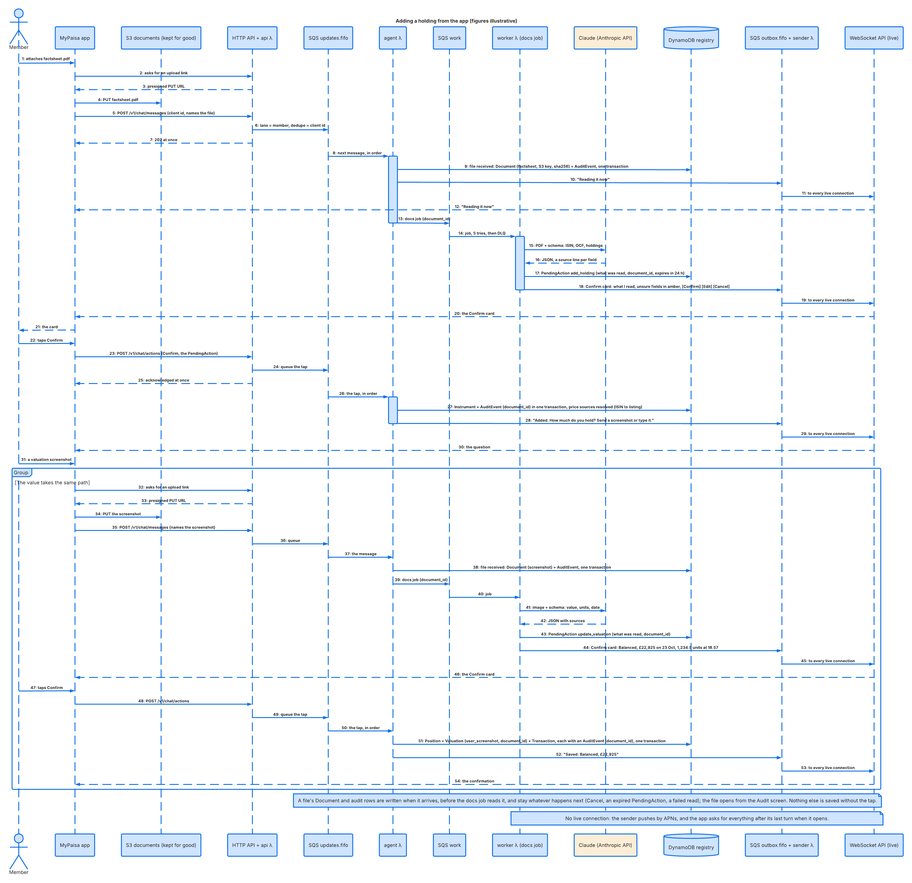
The PlantUML diagram docs/design/lucid/08-add-holding-sequence.png in gilipersonal/mypaisa-agent, before a commit. Its source is kept beside it as docs/design/lucid/08-add-holding-sequence.puml. Its diagram source:
```plantuml
@startuml
title Adding a holding from the app (figures illustrative)
actor Member
participant "MyPaisa app" as app
participant "S3 documents (kept for good)" as s3
participant "HTTP API + api λ" as api
participant "SQS updates.fifo" as qin
participant "agent λ" as agent
participant "SQS work" as work
participant "worker λ (docs job)" as worker
participant "Claude (Anthropic API)" as claude #FCEED6
database "DynamoDB registry" as ddb
participant "SQS outbox.fifo + sender λ" as out
participant "WebSocket API (live)" as ws
autonumber
Member -> app : attaches factsheet.pdf
app -> api : asks for an upload link
api --> app : presigned PUT URL
app -> s3 : PUT factsheet.pdf
app -> api : POST /v1/chat/messages (client id, names the file)
api -> qin : lane = member, dedupe = client id
api --> app : 202 at once
qin -> agent : next message, in order
activate agent
agent -> ddb : file received: Document (factsheet, S3 key, sha256) + AuditEvent, one transaction
agent -> out : "Reading it now"
out -> ws : to every live connection
ws --> app : "Reading it now"
agent -> work : docs job (document_id)
deactivate agent
work -> worker : job, 5 tries, then DLQ
activate worker
worker -> claude : PDF + schema: ISIN, OCF, holdings
claude --> worker : JSON, a source line per field
worker -> ddb : PendingAction add_holding (what was read, document_id, expires in 24 h)
worker -> out : Confirm card: what I read, unsure fields in amber, [Confirm] [Edit] [Cancel]
deactivate worker
out -> ws : to every live connection
ws --> app : the Confirm card
app --> Member : the card
Member -> app : taps Confirm
app -> api : POST /v1/chat/actions (Confirm, the PendingAction)
api -> qin : queue the tap
api --> app : acknowledged at once
qin -> agent : the tap, in order
activate agent
agent -> ddb : Instrument + AuditEvent (document_id) in one transaction, price sources resolved (ISIN to listing)
agent -> out : "Added. How much do you hold? Send a screenshot or type it."
deactivate agent
out -> ws : to every live connection
ws --> app : the question
Member -> app : a valuation screenshot
group The value takes the same path
app -> api : asks for an upload link
api --> app : presigned PUT URL
app -> s3 : PUT the screenshot
app -> api : POST /v1/chat/messages (names the screenshot)
api -> qin : queue
qin -> agent : the message
agent -> ddb : file received: Document (screenshot) + AuditEvent, one transaction
agent -> work : docs job (document_id)
work -> worker : job
worker -> claude : image + schema: value, units, date
claude --> worker : JSON with sources
worker -> ddb : PendingAction update_valuation (what was read, document_id)
worker -> out : Confirm card: Balanced, £22,925 on 23 Oct, 1,234.5 units at 18.57
out -> ws : to every live connection
ws --> app : the Confirm card
Member -> app : taps Confirm
app -> api : POST /v1/chat/actions
api -> qin : queue the tap
qin -> agent : the tap, in order
agent -> ddb : Position + Valuation (user_screenshot, document_id) + Transaction, each with an AuditEvent (document_id), one transaction
agent -> out : "Saved: Balanced, £22,925"
out -> ws : to every live connection
ws --> app : the confirmation
end
note over agent, out : A file's Document and audit rows are written when it arrives, before the docs job reads it, and stay whatever happens next (Cancel, an expired PendingAction, a failed read); the file opens from the Audit screen. Nothing else is saved without the tap.
note over worker, ws : No live connection: the sender pushes by APNs, and the app asks for everything after its last turn when it opens.
@enduml
```
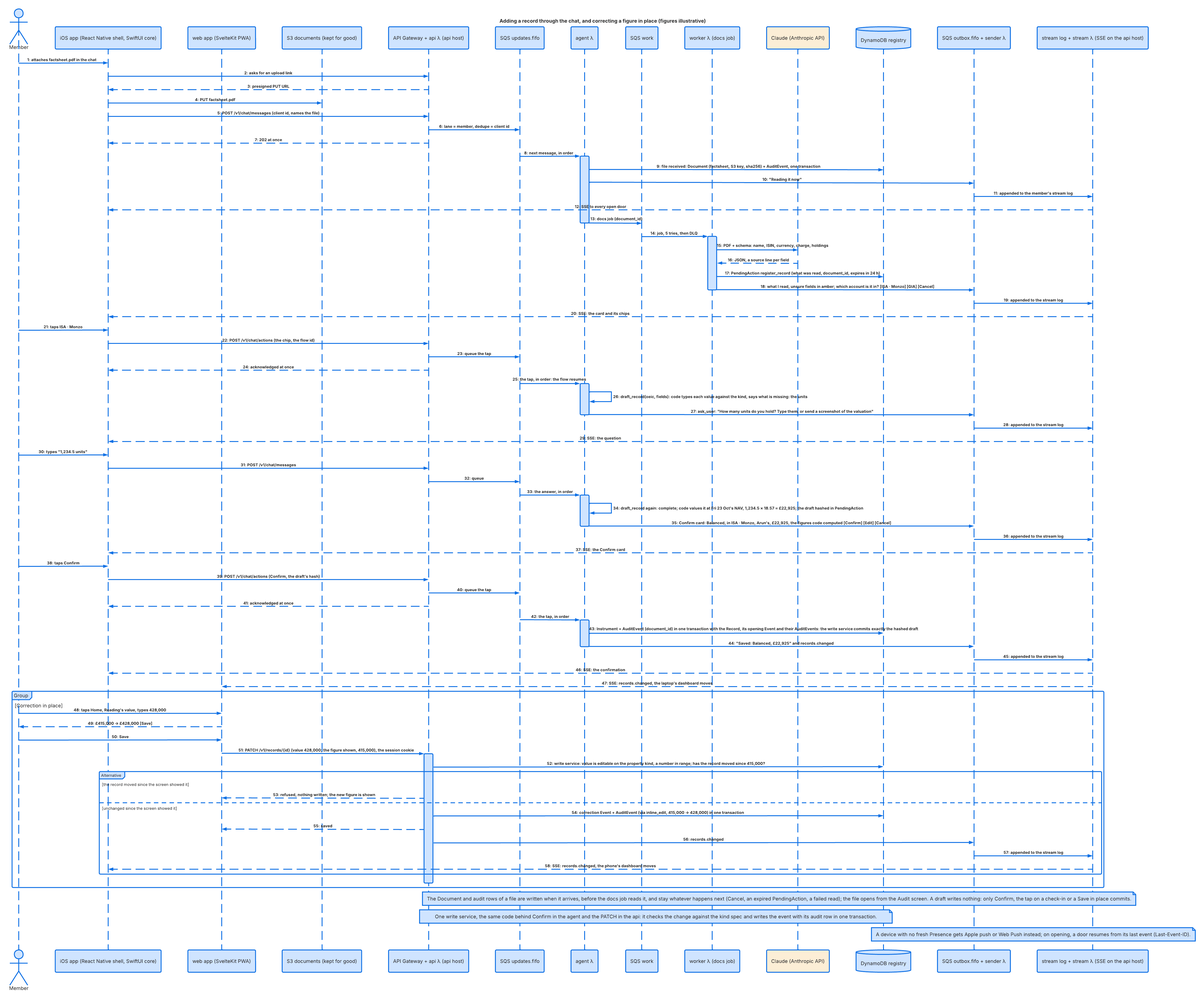
After the change.

Commit message:
MA-225: The Lucid pages show SSE on the api host, the dashboard host with the chat, Presence, kinds, records, events and views, and the new phase numbers

Diff of the diagram source:
```diff
@@ -1,9 +1,10 @@
 @startuml
-title Adding a holding from the app (figures illustrative)
+title Adding a record through the chat, and correcting a figure in place (figures illustrative)
 actor Member
-participant "MyPaisa app" as app
+participant "iOS app (React Native shell, SwiftUI core)" as app
+participant "web app (SvelteKit PWA)" as web
 participant "S3 documents (kept for good)" as s3
-participant "HTTP API + api λ" as api
+participant "API Gateway + api λ (api host)" as api
 participant "SQS updates.fifo" as qin
 participant "agent λ" as agent
 participant "SQS work" as work
@@ -11,9 +12,9 @@
 participant "Claude (Anthropic API)" as claude #FCEED6
 database "DynamoDB registry" as ddb
 participant "SQS outbox.fifo + sender λ" as out
-participant "WebSocket API (live)" as ws
+participant "stream log + stream λ (SSE on the api host)" as stream
 autonumber
-Member -> app : attaches factsheet.pdf
+Member -> app : attaches factsheet.pdf in the chat
 app -> api : asks for an upload link
 api --> app : presigned PUT URL
 app -> s3 : PUT factsheet.pdf
@@ -24,57 +25,71 @@
 activate agent
 agent -> ddb : file received: Document (factsheet, S3 key, sha256) + AuditEvent, one transaction
 agent -> out : "Reading it now"
-out -> ws : to every live connection
-ws --> app : "Reading it now"
+out -> stream : appended to the member's stream log
+stream --> app : SSE to every open door
 agent -> work : docs job (document_id)
 deactivate agent
 work -> worker : job, 5 tries, then DLQ
 activate worker
-worker -> claude : PDF + schema: ISIN, OCF, holdings
+worker -> claude : PDF + schema: name, ISIN, currency, charge, holdings
 claude --> worker : JSON, a source line per field
-worker -> ddb : PendingAction add_holding (what was read, document_id, expires in 24 h)
-worker -> out : Confirm card: what I read, unsure fields in amber, [Confirm] [Edit] [Cancel]
+worker -> ddb : PendingAction register_record (what was read, document_id, expires in 24 h)
+worker -> out : what I read, unsure fields in amber; which account is it in? [ISA · Monzo] [GIA] [Cancel]
 deactivate worker
-out -> ws : to every live connection
-ws --> app : the Confirm card
-app --> Member : the card
+out -> stream : appended to the stream log
+stream --> app : SSE: the card and its chips
+Member -> app : taps ISA · Monzo
+app -> api : POST /v1/chat/actions (the chip, the flow id)
+api -> qin : queue the tap
+api --> app : acknowledged at once
+qin -> agent : the tap, in order: the flow resumes
+activate agent
+agent -> agent : draft_record(oeic, fields): code types each value against the kind, says what is missing: the units
+agent -> out : ask_user: "How many units do you hold? Type them, or send a screenshot of the valuation"
+deactivate agent
+out -> stream : appended to the stream log
+stream --> app : SSE: the question
+Member -> app : types "1,234.5 units"
+app -> api : POST /v1/chat/messages
+api -> qin : queue
+qin -> agent : the answer, in order
+activate agent
+agent -> agent : draft_record again: complete; code values it at Fri 23 Oct's NAV, 1,234.5 × 18.57 = £22,925; the draft hashed in PendingAction
+agent -> out : Confirm card: Balanced, in ISA · Monzo, Arun's, £22,925, the figures code computed [Confirm] [Edit] [Cancel]
+deactivate agent
+out -> stream : appended to the stream log
+stream --> app : SSE: the Confirm card
 Member -> app : taps Confirm
-app -> api : POST /v1/chat/actions (Confirm, the PendingAction)
+app -> api : POST /v1/chat/actions (Confirm, the draft's hash)
 api -> qin : queue the tap
 api --> app : acknowledged at once
 qin -> agent : the tap, in order
 activate agent
-agent -> ddb : Instrument + AuditEvent (document_id) in one transaction, price sources resolved (ISIN to listing)
-agent -> out : "Added. How much do you hold? Send a screenshot or type it."
+agent -> ddb : Instrument + AuditEvent (document_id) in one transaction with the Record, its opening Event and their AuditEvents: the write service commits exactly the hashed draft
+agent -> out : "Saved: Balanced, £22,925" and records.changed
 deactivate agent
-out -> ws : to every live connection
-ws --> app : the question
-Member -> app : a valuation screenshot
-group The value takes the same path
-app -> api : asks for an upload link
-api --> app : presigned PUT URL
-app -> s3 : PUT the screenshot
-app -> api : POST /v1/chat/messages (names the screenshot)
-api -> qin : queue
-qin -> agent : the message
-agent -> ddb : file received: Document (screenshot) + AuditEvent, one transaction
-agent -> work : docs job (document_id)
-work -> worker : job
-worker -> claude : image + schema: value, units, date
-claude --> worker : JSON with sources
-worker -> ddb : PendingAction update_valuation (what was read, document_id)
-worker -> out : Confirm card: Balanced, £22,925 on 23 Oct, 1,234.5 units at 18.57
-out -> ws : to every live connection
-ws --> app : the Confirm card
-Member -> app : taps Confirm
-app -> api : POST /v1/chat/actions
-api -> qin : queue the tap
-qin -> agent : the tap, in order
-agent -> ddb : Position + Valuation (user_screenshot, document_id) + Transaction, each with an AuditEvent (document_id), one transaction
-agent -> out : "Saved: Balanced, £22,925"
-out -> ws : to every live connection
-ws --> app : the confirmation
+out -> stream : appended to the stream log
+stream --> app : SSE: the confirmation
+stream --> web : SSE: records.changed, the laptop's dashboard moves
+group Correction in place
+Member -> web : taps Home, Reading's value, types 428,000
+web --> Member : £415,000 → £428,000 [Save]
+Member -> web : Save
+web -> api : PATCH /v1/records/{id} (value 428,000; the figure shown, 415,000), the session cookie
+activate api
+api -> ddb : write service: value is editable on the property kind, a number in range; has the record moved since 415,000?
+alt the record moved since the screen showed it
+api --> web : refused, nothing written; the new figure is shown
+else unchanged since the screen showed it
+api -> ddb : correction Event + AuditEvent (via inline_edit, 415,000 → 428,000) in one transaction
+api --> web : saved
+api -> out : records.changed
+out -> stream : appended to the stream log
+stream --> app : SSE: records.changed, the phone's dashboard moves
 end
-note over agent, out : A file's Document and audit rows are written when it arrives, before the docs job reads it, and stay whatever happens next (Cancel, an expired PendingAction, a failed read); the file opens from the Audit screen. Nothing else is saved without the tap.
-note over worker, ws : No live connection: the sender pushes by APNs, and the app asks for everything after its last turn when it opens.
+deactivate api
+end
+note over agent, out : The Document and audit rows of a file are written when it arrives, before the docs job reads it, and stay whatever happens next (Cancel, an expired PendingAction, a failed read); the file opens from the Audit screen. A draft writes nothing: only Confirm, the tap on a check-in or a Save in place commits.
+note over api, ddb : One write service, the same code behind Confirm in the agent and the PATCH in the api: it checks the change against the kind spec and writes the event with its audit row in one transaction.
+note over out, stream : A device with no fresh Presence gets Apple push or Web Push instead; on opening, a door resumes from its last event (Last-Event-ID).
 @enduml
```
